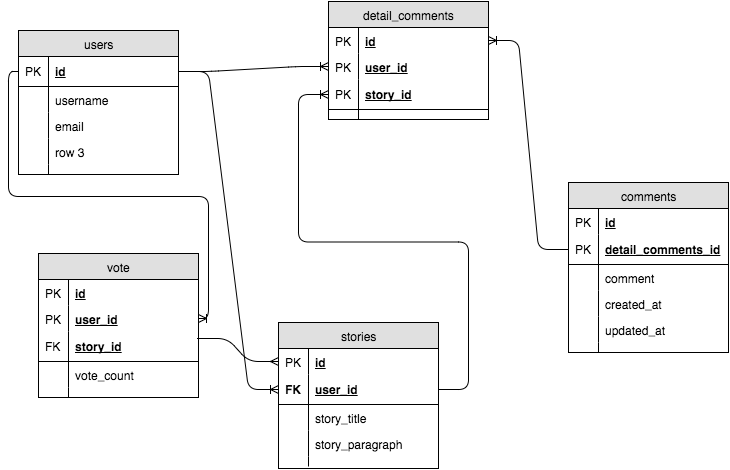
Before: forum_schema.png, a diagram exported from draw.io (blanford-fox-2016/schema-forum). Source tidied: cells renumbered, new cells last; positions are measured from the earlier drawing's top-left corner, leaving out a move shared by most shapes.
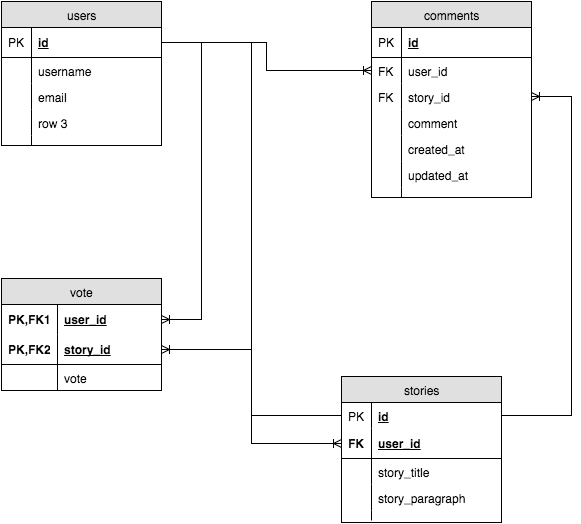
The same file after the commit.

What changed in the source:
```diff
@@ -36,7 +36,7 @@
       <mxGeometry width="30" height="10" as="geometry" />
     </mxCell>
     <mxCell id="13" value="stories" style="swimlane;html=1;fontStyle=0;horizontal=1;startSize=26;fillColor=#e0e0e0;swimlaneFillColor=#ffffff;align=center;" parent="1" vertex="1">
-      <mxGeometry x="260" y="321" width="160" height="146" as="geometry" />
+      <mxGeometry x="340" y="404" width="160" height="146" as="geometry" />
     </mxCell>
     <mxCell id="14" value="&lt;b&gt;&lt;u&gt;id&lt;/u&gt;&lt;/b&gt;" style="shape=partialRectangle;top=0;left=0;right=0;bottom=0;html=1;align=left;verticalAlign=top;fillColor=none;spacingLeft=34;spacingRight=4;whiteSpace=wrap;overflow=hidden;points=[[0,0.5],[1,0.5]];portConstraint=eastwest;" parent="13" vertex="1">
       <mxGeometry y="26" width="160" height="26" as="geometry" />
@@ -69,121 +69,93 @@
       <mxGeometry width="30" height="10" as="geometry" />
     </mxCell>
     <mxCell id="24" value="comments" style="swimlane;html=1;fontStyle=0;horizontal=1;startSize=26;fillColor=#e0e0e0;swimlaneFillColor=#ffffff;align=center;" parent="1" vertex="1">
-      <mxGeometry x="550" y="181" width="160" height="170" as="geometry" />
+      <mxGeometry x="370" y="29" width="160" height="196" as="geometry" />
     </mxCell>
-    <mxCell id="25" value="&lt;b&gt;&lt;u&gt;id&lt;/u&gt;&lt;/b&gt;" style="shape=partialRectangle;top=0;left=0;right=0;bottom=0;html=1;align=left;verticalAlign=top;fillColor=none;spacingLeft=34;spacingRight=4;whiteSpace=wrap;overflow=hidden;" parent="24" vertex="1">
-      <mxGeometry y="26" width="160" height="26" as="geometry" />
-    </mxCell>
-    <mxCell id="26" value="PK" style="shape=partialRectangle;top=0;left=0;bottom=0;html=1;fillColor=none;align=left;verticalAlign=top;spacingLeft=4;spacingRight=4;whiteSpace=wrap;overflow=hidden;" parent="25" vertex="1">
-      <mxGeometry width="30" height="26" as="geometry" />
-    </mxCell>
-    <mxCell id="27" value="detail_comments_id" style="shape=partialRectangle;top=0;left=0;right=0;bottom=1;html=1;align=left;verticalAlign=middle;fillColor=none;spacingLeft=34;spacingRight=4;whiteSpace=wrap;overflow=hidden;points=[[0,0.5],[1,0.5]];portConstraint=eastwest;fontStyle=5;" parent="24" vertex="1">
-      <mxGeometry y="52" width="160" height="30" as="geometry" />
+    <mxCell id="27" value="id" style="shape=partialRectangle;top=0;left=0;right=0;bottom=1;html=1;align=left;verticalAlign=middle;fillColor=none;spacingLeft=34;spacingRight=4;whiteSpace=wrap;overflow=hidden;points=[[0,0.5],[1,0.5]];portConstraint=eastwest;fontStyle=5;" parent="24" vertex="1">
+      <mxGeometry y="26" width="160" height="30" as="geometry" />
     </mxCell>
     <mxCell id="28" value="PK" style="shape=partialRectangle;top=0;left=0;bottom=0;html=1;fillColor=none;align=left;verticalAlign=middle;spacingLeft=4;spacingRight=4;whiteSpace=wrap;overflow=hidden;" parent="27" vertex="1">
       <mxGeometry width="30" height="30" as="geometry" />
     </mxCell>
-    <mxCell id="29" value="comment" style="shape=partialRectangle;top=0;left=0;right=0;bottom=0;html=1;align=left;verticalAlign=top;fillColor=none;spacingLeft=34;spacingRight=4;whiteSpace=wrap;overflow=hidden;points=[[0,0.5],[1,0.5]];portConstraint=eastwest;" parent="24" vertex="1">
-      <mxGeometry y="82" width="160" height="26" as="geometry" />
+    <mxCell id="29" value="user_id" style="shape=partialRectangle;top=0;left=0;right=0;bottom=0;html=1;align=left;verticalAlign=top;fillColor=none;spacingLeft=34;spacingRight=4;whiteSpace=wrap;overflow=hidden;points=[[0,0.5],[1,0.5]];portConstraint=eastwest;" parent="24" vertex="1">
+      <mxGeometry y="56" width="160" height="26" as="geometry" />
     </mxCell>
-    <mxCell id="30" style="shape=partialRectangle;top=0;left=0;bottom=0;html=1;fillColor=none;align=left;verticalAlign=top;spacingLeft=4;spacingRight=4;whiteSpace=wrap;overflow=hidden;" parent="29" vertex="1">
+    <mxCell id="30" value="FK" style="shape=partialRectangle;top=0;left=0;bottom=0;html=1;fillColor=none;align=left;verticalAlign=top;spacingLeft=4;spacingRight=4;whiteSpace=wrap;overflow=hidden;" parent="29" vertex="1">
       <mxGeometry width="30" height="26" as="geometry" />
     </mxCell>
+    <mxCell id="63" value="story_id" style="shape=partialRectangle;top=0;left=0;right=0;bottom=0;html=1;align=left;verticalAlign=top;fillColor=none;spacingLeft=34;spacingRight=4;whiteSpace=wrap;overflow=hidden;points=[[0,0.5],[1,0.5]];portConstraint=eastwest;" parent="24" vertex="1">
+      <mxGeometry y="82" width="160" height="26" as="geometry" />
+    </mxCell>
+    <mxCell id="52" value="FK" style="shape=partialRectangle;top=0;left=0;bottom=0;html=1;fillColor=none;align=left;verticalAlign=top;spacingLeft=4;spacingRight=4;whiteSpace=wrap;overflow=hidden;" parent="63" vertex="1">
+      <mxGeometry width="30" height="26" as="geometry" />
+    </mxCell>
+    <mxCell id="64" value="comment" style="shape=partialRectangle;top=0;left=0;right=0;bottom=0;html=1;align=left;verticalAlign=top;fillColor=none;spacingLeft=34;spacingRight=4;whiteSpace=wrap;overflow=hidden;" parent="24" vertex="1">
+      <mxGeometry y="108" width="160" height="26" as="geometry" />
+    </mxCell>
+    <mxCell id="54" style="shape=partialRectangle;top=0;left=0;bottom=0;html=1;fillColor=none;align=left;verticalAlign=top;spacingLeft=4;spacingRight=4;whiteSpace=wrap;overflow=hidden;" parent="64" vertex="1">
+      <mxGeometry width="30" height="26" as="geometry" />
+    </mxCell>
     <mxCell id="31" value="created_at" style="shape=partialRectangle;top=0;left=0;right=0;bottom=0;html=1;align=left;verticalAlign=top;fillColor=none;spacingLeft=34;spacingRight=4;whiteSpace=wrap;overflow=hidden;" parent="24" vertex="1">
-      <mxGeometry y="108" width="160" height="26" as="geometry" />
+      <mxGeometry y="134" width="160" height="26" as="geometry" />
     </mxCell>
     <mxCell id="32" style="shape=partialRectangle;top=0;left=0;bottom=0;html=1;fillColor=none;align=left;verticalAlign=top;spacingLeft=4;spacingRight=4;whiteSpace=wrap;overflow=hidden;" parent="31" vertex="1">
       <mxGeometry width="30" height="26" as="geometry" />
     </mxCell>
     <mxCell id="33" value="updated_at" style="shape=partialRectangle;top=0;left=0;right=0;bottom=0;html=1;align=left;verticalAlign=top;fillColor=none;spacingLeft=34;spacingRight=4;whiteSpace=wrap;overflow=hidden;" parent="24" vertex="1">
-      <mxGeometry y="134" width="160" height="26" as="geometry" />
+      <mxGeometry y="160" width="160" height="26" as="geometry" />
     </mxCell>
     <mxCell id="34" style="shape=partialRectangle;top=0;left=0;bottom=0;html=1;fillColor=none;align=left;verticalAlign=top;spacingLeft=4;spacingRight=4;whiteSpace=wrap;overflow=hidden;" parent="33" vertex="1">
       <mxGeometry width="30" height="26" as="geometry" />
     </mxCell>
     <mxCell id="35" style="shape=partialRectangle;top=0;left=0;right=0;bottom=0;html=1;align=left;verticalAlign=top;fillColor=none;spacingLeft=34;spacingRight=4;whiteSpace=wrap;overflow=hidden;" parent="24" vertex="1">
-      <mxGeometry y="160" width="160" height="10" as="geometry" />
+      <mxGeometry y="186" width="160" height="10" as="geometry" />
     </mxCell>
     <mxCell id="36" style="shape=partialRectangle;top=0;left=0;bottom=0;html=1;fillColor=none;align=left;verticalAlign=top;spacingLeft=4;spacingRight=4;whiteSpace=wrap;overflow=hidden;" parent="35" vertex="1">
       <mxGeometry width="30" height="10" as="geometry" />
     </mxCell>
-    <mxCell id="37" value="detail_comments" style="swimlane;html=1;fontStyle=0;horizontal=1;startSize=26;fillColor=#e0e0e0;swimlaneFillColor=#ffffff;align=center;" parent="1" vertex="1">
-      <mxGeometry x="310" width="160" height="118" as="geometry" />
-    </mxCell>
-    <mxCell id="38" value="&lt;b&gt;&lt;u&gt;id&lt;/u&gt;&lt;/b&gt;" style="shape=partialRectangle;top=0;left=0;right=0;bottom=0;html=1;align=left;verticalAlign=top;fillColor=none;spacingLeft=34;spacingRight=4;whiteSpace=wrap;overflow=hidden;points=[[0,0.5],[1,0.5]];portConstraint=eastwest;" parent="37" vertex="1">
-      <mxGeometry y="26" width="160" height="26" as="geometry" />
-    </mxCell>
-    <mxCell id="39" value="PK" style="shape=partialRectangle;top=0;left=0;bottom=0;html=1;fillColor=none;align=left;verticalAlign=top;spacingLeft=4;spacingRight=4;whiteSpace=wrap;overflow=hidden;" parent="38" vertex="1">
-      <mxGeometry width="30" height="26" as="geometry" />
-    </mxCell>
-    <mxCell id="40" value="&lt;b&gt;&lt;u&gt;user_id&lt;/u&gt;&lt;/b&gt;" style="shape=partialRectangle;top=0;left=0;right=0;bottom=0;html=1;align=left;verticalAlign=top;fillColor=none;spacingLeft=34;spacingRight=4;whiteSpace=wrap;overflow=hidden;points=[[0,0.5],[1,0.5]];portConstraint=eastwest;" parent="37" vertex="1">
-      <mxGeometry y="52" width="160" height="26" as="geometry" />
-    </mxCell>
-    <mxCell id="41" value="PK" style="shape=partialRectangle;top=0;left=0;bottom=0;html=1;fillColor=none;align=left;verticalAlign=top;spacingLeft=4;spacingRight=4;whiteSpace=wrap;overflow=hidden;" parent="40" vertex="1">
-      <mxGeometry width="30" height="26" as="geometry" />
-    </mxCell>
-    <mxCell id="42" value="story_id" style="shape=partialRectangle;top=0;left=0;right=0;bottom=1;html=1;align=left;verticalAlign=middle;fillColor=none;spacingLeft=34;spacingRight=4;whiteSpace=wrap;overflow=hidden;points=[[0,0.5],[1,0.5]];portConstraint=eastwest;fontStyle=5;" parent="37" vertex="1">
-      <mxGeometry y="78" width="160" height="30" as="geometry" />
-    </mxCell>
-    <mxCell id="43" value="PK" style="shape=partialRectangle;top=0;left=0;bottom=0;html=1;fillColor=none;align=left;verticalAlign=middle;spacingLeft=4;spacingRight=4;whiteSpace=wrap;overflow=hidden;" parent="42" vertex="1">
-      <mxGeometry width="30" height="30" as="geometry" />
-    </mxCell>
-    <mxCell id="44" style="shape=partialRectangle;top=0;left=0;right=0;bottom=0;html=1;align=left;verticalAlign=top;fillColor=none;spacingLeft=34;spacingRight=4;whiteSpace=wrap;overflow=hidden;" parent="37" vertex="1">
-      <mxGeometry y="108" width="160" height="10" as="geometry" />
-    </mxCell>
-    <mxCell id="45" style="shape=partialRectangle;top=0;left=0;bottom=0;html=1;fillColor=none;align=left;verticalAlign=top;spacingLeft=4;spacingRight=4;whiteSpace=wrap;overflow=hidden;" parent="44" vertex="1">
-      <mxGeometry width="30" height="10" as="geometry" />
-    </mxCell>
     <mxCell id="46" value="vote" style="swimlane;html=1;fontStyle=0;horizontal=1;startSize=26;fillColor=#e0e0e0;swimlaneFillColor=#ffffff;align=center;" parent="1" vertex="1">
-      <mxGeometry x="20" y="252" width="160" height="144" as="geometry" />
+      <mxGeometry y="306" width="160" height="112" as="geometry" />
     </mxCell>
-    <mxCell id="47" value="&lt;b&gt;&lt;u&gt;id&lt;/u&gt;&lt;/b&gt;" style="shape=partialRectangle;top=0;left=0;right=0;bottom=0;html=1;align=left;verticalAlign=top;fillColor=none;spacingLeft=34;spacingRight=4;whiteSpace=wrap;overflow=hidden;" parent="46" vertex="1">
-      <mxGeometry y="26" width="160" height="26" as="geometry" />
-    </mxCell>
-    <mxCell id="48" value="PK" style="shape=partialRectangle;top=0;left=0;bottom=0;html=1;fillColor=none;align=left;verticalAlign=top;spacingLeft=4;spacingRight=4;whiteSpace=wrap;overflow=hidden;" parent="47" vertex="1">
-      <mxGeometry width="30" height="26" as="geometry" />
-    </mxCell>
-    <mxCell id="49" value="&lt;b&gt;&lt;u&gt;user_id&lt;/u&gt;&lt;/b&gt;" style="shape=partialRectangle;top=0;left=0;right=0;bottom=0;html=1;align=left;verticalAlign=top;fillColor=none;spacingLeft=34;spacingRight=4;whiteSpace=wrap;overflow=hidden;points=[[0,0.5],[1,0.5]];portConstraint=eastwest;" parent="46" vertex="1">
-      <mxGeometry y="52" width="160" height="26" as="geometry" />
-    </mxCell>
-    <mxCell id="50" value="PK" style="shape=partialRectangle;top=0;left=0;bottom=0;html=1;fillColor=none;align=left;verticalAlign=top;spacingLeft=4;spacingRight=4;whiteSpace=wrap;overflow=hidden;" parent="49" vertex="1">
-      <mxGeometry width="30" height="26" as="geometry" />
-    </mxCell>
-    <mxCell id="51" value="story_id" style="shape=partialRectangle;top=0;left=0;right=0;bottom=1;html=1;align=left;verticalAlign=middle;fillColor=none;spacingLeft=34;spacingRight=4;whiteSpace=wrap;overflow=hidden;points=[[0,0.5],[1,0.5]];portConstraint=eastwest;fontStyle=5;" parent="46" vertex="1">
-      <mxGeometry y="78" width="160" height="30" as="geometry" />
-    </mxCell>
-    <mxCell id="52" value="FK" style="shape=partialRectangle;top=0;left=0;bottom=0;html=1;fillColor=none;align=left;verticalAlign=middle;spacingLeft=4;spacingRight=4;whiteSpace=wrap;overflow=hidden;" parent="51" vertex="1">
-      <mxGeometry width="30" height="30" as="geometry" />
-    </mxCell>
-    <mxCell id="53" value="vote_count" style="shape=partialRectangle;top=0;left=0;right=0;bottom=0;html=1;align=left;verticalAlign=top;fillColor=none;spacingLeft=34;spacingRight=4;whiteSpace=wrap;overflow=hidden;" parent="46" vertex="1">
-      <mxGeometry y="108" width="160" height="26" as="geometry" />
-    </mxCell>
-    <mxCell id="54" style="shape=partialRectangle;top=0;left=0;bottom=0;html=1;fillColor=none;align=left;verticalAlign=top;spacingLeft=4;spacingRight=4;whiteSpace=wrap;overflow=hidden;" parent="53" vertex="1">
-      <mxGeometry width="30" height="26" as="geometry" />
-    </mxCell>
-    <mxCell id="55" style="shape=partialRectangle;top=0;left=0;right=0;bottom=0;html=1;align=left;verticalAlign=top;fillColor=none;spacingLeft=34;spacingRight=4;whiteSpace=wrap;overflow=hidden;" parent="46" vertex="1">
-      <mxGeometry y="134" width="160" height="10" as="geometry" />
-    </mxCell>
-    <mxCell id="56" style="shape=partialRectangle;top=0;left=0;bottom=0;html=1;fillColor=none;align=left;verticalAlign=top;spacingLeft=4;spacingRight=4;whiteSpace=wrap;overflow=hidden;" parent="55" vertex="1">
-      <mxGeometry width="30" height="10" as="geometry" />
-    </mxCell>
-    <mxCell id="57" style="html=1;endArrow=none;entryX=0;entryY=0.5;exitX=1;exitY=0.5;startArrow=ERoneToMany;startFill=0;endFill=0;edgeStyle=orthogonalEdgeStyle;" parent="1" edge="1" source="49" target="3">
-      <mxGeometry relative="1" as="geometry" />
-    </mxCell>
-    <mxCell id="58" style="edgeStyle=entityRelationEdgeStyle;html=1;endArrow=ERmany;startArrow=none;exitX=0.994;exitY=0.233;exitPerimeter=0;entryX=0;entryY=0.5;startFill=0;endFill=0;" parent="1" edge="1" source="51" target="14">
-      <mxGeometry relative="1" as="geometry" />
-    </mxCell>
-    <mxCell id="59" style="edgeStyle=entityRelationEdgeStyle;html=1;endArrow=ERoneToMany;exitX=1;exitY=0.5;entryX=0;entryY=0.5;endFill=0;" parent="1" edge="1" source="3" target="40">
-      <mxGeometry relative="1" as="geometry" />
-    </mxCell>
-    <mxCell id="60" style="edgeStyle=entityRelationEdgeStyle;html=1;endArrow=ERoneToMany;endFill=0;exitX=1;exitY=0.5;entryX=0;entryY=0.5;" parent="1" edge="1" source="16" target="42">
-      <mxGeometry relative="1" as="geometry" />
-    </mxCell>
-    <mxCell id="61" style="edgeStyle=entityRelationEdgeStyle;html=1;endArrow=none;exitX=1;exitY=0.5;entryX=0;entryY=0.5;endFill=0;startArrow=ERoneToMany;startFill=0;" parent="1" edge="1" source="38" target="27">
-      <mxGeometry relative="1" as="geometry" />
-    </mxCell>
+    <mxCell id="65" value="user_id" style="shape=partialRectangle;top=0;left=0;right=0;bottom=0;html=1;align=left;verticalAlign=middle;fillColor=none;spacingLeft=60;spacingRight=4;whiteSpace=wrap;overflow=hidden;points=[[0,0.5],[1,0.5]];portConstraint=eastwest;fontStyle=5;" parent="46" vertex="1">
+      <mxGeometry y="26" width="160" height="30" as="geometry" />
+    </mxCell>
+    <mxCell id="66" value="PK,FK1" style="shape=partialRectangle;fontStyle=1;top=0;left=0;bottom=0;html=1;fillColor=none;align=left;verticalAlign=middle;spacingLeft=4;spacingRight=4;whiteSpace=wrap;overflow=hidden;" parent="65" vertex="1">
+      <mxGeometry width="56" height="30" as="geometry" />
+    </mxCell>
+    <mxCell id="67" value="story_id" style="shape=partialRectangle;top=0;left=0;right=0;bottom=1;html=1;align=left;verticalAlign=middle;fillColor=none;spacingLeft=60;spacingRight=4;whiteSpace=wrap;overflow=hidden;points=[[0,0.5],[1,0.5]];portConstraint=eastwest;fontStyle=5;" parent="46" vertex="1">
+      <mxGeometry y="56" width="160" height="30" as="geometry" />
+    </mxCell>
+    <mxCell id="68" value="PK,FK2" style="shape=partialRectangle;fontStyle=1;top=0;left=0;bottom=0;html=1;fillColor=none;align=left;verticalAlign=middle;spacingLeft=4;spacingRight=4;whiteSpace=wrap;overflow=hidden;" parent="67" vertex="1">
+      <mxGeometry width="56" height="30" as="geometry" />
+    </mxCell>
+    <mxCell id="69" value="vote" style="shape=partialRectangle;top=0;left=0;right=0;bottom=0;html=1;align=left;verticalAlign=top;fillColor=none;spacingLeft=60;spacingRight=4;whiteSpace=wrap;overflow=hidden;" parent="46" vertex="1">
+      <mxGeometry y="86" width="160" height="26" as="geometry" />
+    </mxCell>
+    <mxCell id="70" style="shape=partialRectangle;top=0;left=0;bottom=0;html=1;fillColor=none;align=left;verticalAlign=top;spacingLeft=4;spacingRight=4;whiteSpace=wrap;overflow=hidden;" parent="69" vertex="1">
+      <mxGeometry width="56" height="26" as="geometry" />
+    </mxCell>
+    <mxCell id="71" style="edgeStyle=elbowEdgeStyle;html=1;exitX=1;exitY=0.5;entryX=1;entryY=0.5;startArrow=none;startFill=0;endArrow=ERoneToMany;endFill=0;jettySize=auto;rounded=0;" parent="1" edge="1" source="3" target="65">
+      <mxGeometry relative="1" as="geometry">
+        <Array as="points">
+          <mxPoint x="200" y="209" />
+        </Array>
+      </mxGeometry>
+    </mxCell>
+    <mxCell id="72" style="edgeStyle=elbowEdgeStyle;rounded=0;html=1;exitX=0;exitY=0.5;entryX=1;entryY=0.5;startArrow=none;startFill=0;endArrow=ERoneToMany;endFill=0;jettySize=auto;" parent="1" edge="1" source="14" target="67">
+      <mxGeometry relative="1" as="geometry" />
+    </mxCell>
-    <mxCell id="62" style="edgeStyle=entityRelationEdgeStyle;html=1;endArrow=ERoneToMany;endFill=0;exitX=1;exitY=0.5;entryX=0;entryY=0.5;" parent="1" edge="1" source="3" target="16">
+    <mxCell id="62" style="edgeStyle=elbowEdgeStyle;rounded=0;html=1;exitX=1;exitY=0.5;entryX=0;entryY=0.5;startArrow=none;startFill=0;endArrow=ERoneToMany;endFill=0;jettySize=auto;" parent="1" edge="1" source="3" target="16">
       <mxGeometry relative="1" as="geometry" />
     </mxCell>
+    <mxCell id="73" style="edgeStyle=elbowEdgeStyle;rounded=0;html=1;exitX=1;exitY=0.5;startArrow=none;startFill=0;endArrow=ERoneToMany;endFill=0;jettySize=auto;entryX=0;entryY=0.5;" parent="1" edge="1" source="3" target="29">
+      <mxGeometry relative="1" as="geometry" />
+    </mxCell>
+    <mxCell id="74" style="edgeStyle=elbowEdgeStyle;rounded=0;html=1;exitX=1;exitY=0.5;startArrow=ERoneToMany;startFill=0;endArrow=none;endFill=0;jettySize=auto;" parent="1" edge="1" source="63" target="14">
+      <mxGeometry relative="1" as="geometry">
+        <Array as="points">
+          <mxPoint x="570" y="277" />
+        </Array>
+      </mxGeometry>
+    </mxCell>
   </root>
 </mxGraphModel>
```
